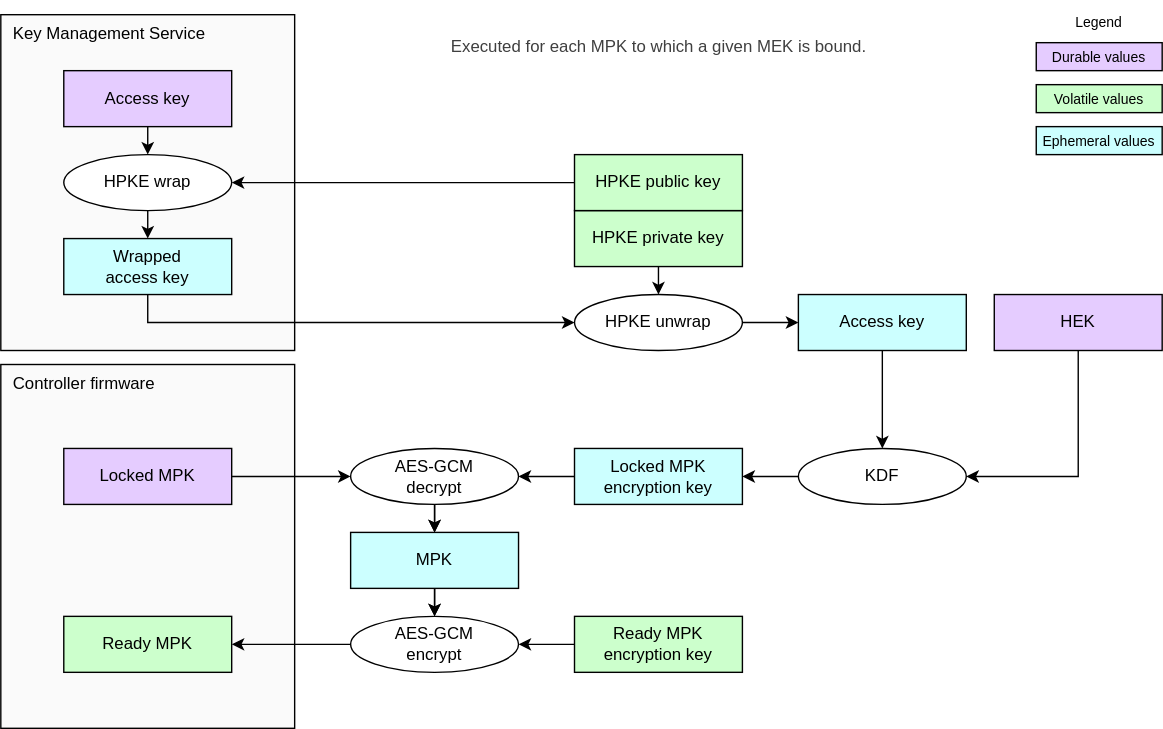
Earlier version of the draw.io export doc/ocp_lock/diagrams/mpk_ready.drawio.svg (chipsalliance/Caliptra). Source tidied: cells renumbered, new cells last; positions are measured from the earlier drawing's top-left corner, leaving out a move shared by most shapes.
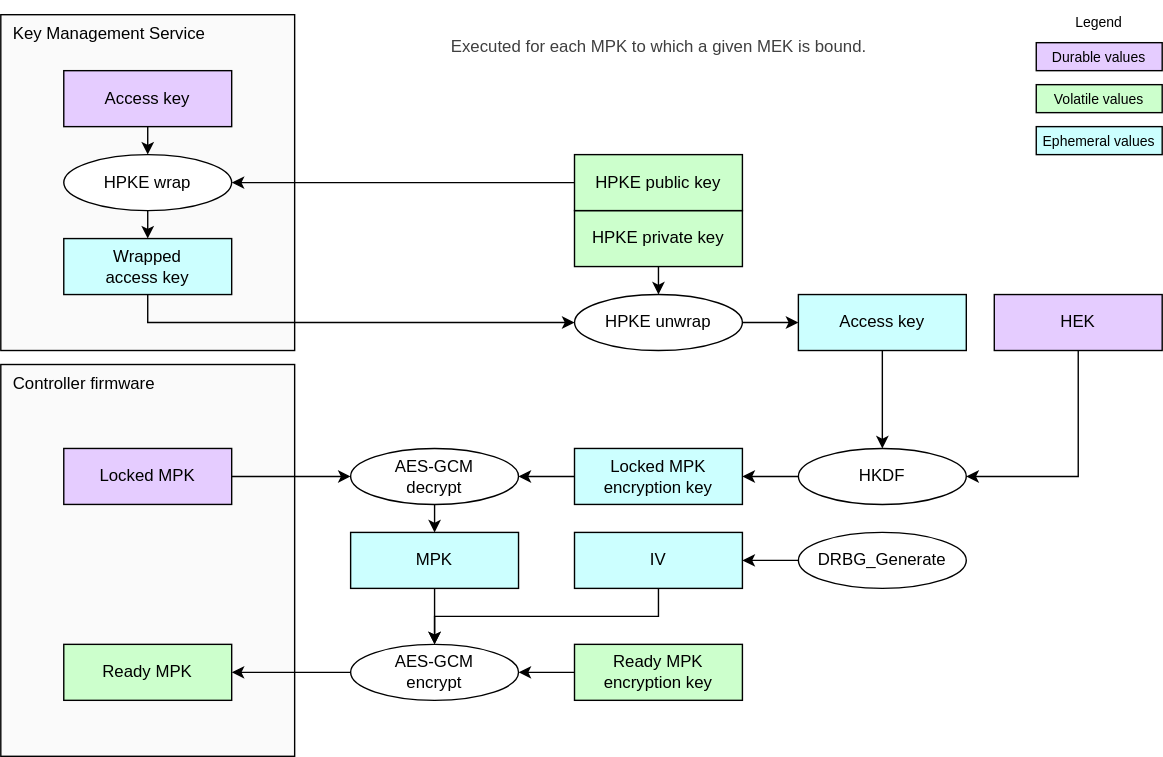
Above is the later version.

Diff of the diagram source:
```diff
@@ -3,7 +3,7 @@
     <mxCell id="0" />
     <mxCell id="1" parent="0" />
     <mxCell id="2" value="Controller firmware" style="rounded=0;whiteSpace=wrap;html=1;fillColor=#FAFAFA;strokeColor=#000000;align=left;verticalAlign=top;spacingLeft=7;" parent="1" vertex="1">
-      <mxGeometry y="260" width="210" height="260" as="geometry" />
+      <mxGeometry y="260" width="210" height="280" as="geometry" />
     </mxCell>
     <mxCell id="3" value="Key Management Service" style="rounded=0;whiteSpace=wrap;html=1;fillColor=#FAFAFA;strokeColor=#000000;align=left;verticalAlign=top;spacingLeft=7;" parent="1" vertex="1">
       <mxGeometry y="10" width="210" height="240" as="geometry" />
@@ -12,7 +12,7 @@
       <mxGeometry x="45" y="320" width="120" height="40" as="geometry" />
     </mxCell>
     <mxCell id="5" value="&lt;div&gt;&lt;font color=&quot;#000000&quot;&gt;Ready MPK&lt;/font&gt;&lt;/div&gt;" style="rounded=0;whiteSpace=wrap;html=1;align=center;verticalAlign=middle;shadow=0;glass=0;spacingLeft=0;spacingBottom=0;spacingTop=0;fillColor=#CCFFCC;" parent="1" vertex="1">
-      <mxGeometry x="45" y="440" width="120" height="40" as="geometry" />
+      <mxGeometry x="45" y="460" width="120" height="40" as="geometry" />
     </mxCell>
     <mxCell id="6" value="&lt;div&gt;&lt;font color=&quot;#000000&quot;&gt;HEK&lt;/font&gt;&lt;/div&gt;" style="rounded=0;whiteSpace=wrap;html=1;align=center;verticalAlign=middle;shadow=0;glass=0;spacingLeft=0;spacingBottom=0;spacingTop=0;fillColor=#E5CCFF;" parent="1" vertex="1">
       <mxGeometry x="710" y="210" width="120" height="40" as="geometry" />
@@ -23,7 +23,7 @@
     <mxCell id="8" value="&lt;div&gt;&lt;font color=&quot;#000000&quot;&gt;Access key&lt;/font&gt;&lt;/div&gt;" style="rounded=0;whiteSpace=wrap;html=1;align=center;verticalAlign=middle;shadow=0;glass=0;spacingLeft=0;spacingBottom=0;spacingTop=0;fillColor=#CCFFFF;" parent="1" vertex="1">
       <mxGeometry x="570" y="210" width="120" height="40" as="geometry" />
     </mxCell>
-    <mxCell id="9" value="KDF" style="ellipse;whiteSpace=wrap;html=1;fillColor=#FFFFFF;" parent="1" vertex="1">
+    <mxCell id="9" value="HKDF" style="ellipse;whiteSpace=wrap;html=1;fillColor=#FFFFFF;" parent="1" vertex="1">
       <mxGeometry x="570" y="320" width="120" height="40" as="geometry" />
     </mxCell>
     <mxCell id="10" style="edgeStyle=none;html=1;" parent="1" edge="1" source="11" target="22">
@@ -33,17 +33,14 @@
       <mxGeometry x="250" y="320" width="120" height="40" as="geometry" />
     </mxCell>
     <mxCell id="12" value="&lt;div&gt;&lt;font color=&quot;#000000&quot;&gt;Ready MPK encryption key&lt;/font&gt;&lt;/div&gt;" style="rounded=0;whiteSpace=wrap;html=1;align=center;verticalAlign=middle;shadow=0;glass=0;spacingLeft=0;spacingBottom=0;spacingTop=0;fillColor=#CCFFCC;" parent="1" vertex="1">
-      <mxGeometry x="410" y="440" width="120" height="40" as="geometry" />
+      <mxGeometry x="410" y="460" width="120" height="40" as="geometry" />
     </mxCell>
     <mxCell id="13" value="AES-GCM&lt;div&gt;encrypt&lt;/div&gt;" style="ellipse;whiteSpace=wrap;html=1;fillColor=#FFFFFF;" parent="1" vertex="1">
-      <mxGeometry x="250" y="440" width="120" height="40" as="geometry" />
+      <mxGeometry x="250" y="460" width="120" height="40" as="geometry" />
     </mxCell>
     <mxCell id="14" style="endArrow=classic;html=1;exitX=1;exitY=0.5;exitDx=0;exitDy=0;entryX=0;entryY=0.5;entryDx=0;entryDy=0;endSize=6;startSize=6;" parent="1" edge="1" source="4" target="11">
       <mxGeometry relative="1" as="geometry" />
     </mxCell>
-    <mxCell id="15" style="endArrow=classic;html=1;exitX=0.5;exitY=1;exitDx=0;exitDy=0;entryX=0.5;entryY=0;entryDx=0;entryDy=0;" parent="1" edge="1" source="22" target="13">
-      <mxGeometry relative="1" as="geometry" />
-    </mxCell>
     <mxCell id="16" style="endArrow=classic;html=1;exitX=0;exitY=0.5;exitDx=0;exitDy=0;entryX=1;entryY=0.5;entryDx=0;entryDy=0;endSize=6;startSize=6;" parent="1" edge="1" source="7" target="11">
       <mxGeometry relative="1" as="geometry" />
     </mxCell>
@@ -59,15 +56,9 @@
     <mxCell id="20" style="endArrow=classic;html=1;exitX=0;exitY=0.5;exitDx=0;exitDy=0;entryX=1;entryY=0.5;entryDx=0;entryDy=0;endSize=6;startSize=6;" parent="1" edge="1" source="13" target="5">
       <mxGeometry relative="1" as="geometry" />
     </mxCell>
-    <mxCell id="21" style="edgeStyle=none;html=1;endSize=6;startSize=6;" parent="1" edge="1" source="22" target="13">
-      <mxGeometry relative="1" as="geometry" />
-    </mxCell>
     <mxCell id="22" value="&lt;div&gt;&lt;font color=&quot;#000000&quot;&gt;MPK&lt;/font&gt;&lt;/div&gt;" style="rounded=0;whiteSpace=wrap;html=1;align=center;verticalAlign=middle;shadow=0;glass=0;spacingLeft=0;spacingBottom=0;spacingTop=0;fillColor=#CCFFFF;" parent="1" vertex="1">
       <mxGeometry x="250" y="380" width="120" height="40" as="geometry" />
     </mxCell>
-    <mxCell id="23" style="endArrow=classic;html=1;exitX=0.5;exitY=1;exitDx=0;exitDy=0;entryX=0.5;entryY=0;entryDx=0;entryDy=0;endSize=6;startSize=6;" parent="1" edge="1" source="11" target="22">
-      <mxGeometry relative="1" as="geometry" />
-    </mxCell>
     <mxCell id="24" style="edgeStyle=segmentEdgeStyle;endArrow=classic;html=1;curved=0;rounded=0;endSize=6;startSize=6;entryX=1;entryY=0.5;entryDx=0;entryDy=0;exitX=0.5;exitY=1;exitDx=0;exitDy=0;" parent="1" edge="1" source="6" target="9">
       <mxGeometry relative="1" as="geometry">
         <Array as="points">
@@ -135,5 +126,20 @@
     <mxCell id="41" style="endArrow=classic;html=1;exitX=0.5;exitY=1;exitDx=0;exitDy=0;endSize=6;startSize=6;entryX=0.5;entryY=0;entryDx=0;entryDy=0;" parent="1" edge="1" source="25" target="26">
       <mxGeometry relative="1" as="geometry" />
     </mxCell>
+    <mxCell id="42" value="&lt;div&gt;&lt;font color=&quot;#000000&quot;&gt;IV&lt;/font&gt;&lt;/div&gt;" style="rounded=0;whiteSpace=wrap;html=1;align=center;verticalAlign=middle;shadow=0;glass=0;spacingLeft=0;spacingBottom=0;spacingTop=0;fillColor=#CCFFFF;" parent="1" vertex="1">
+      <mxGeometry x="410" y="380" width="120" height="40" as="geometry" />
+    </mxCell>
+    <mxCell id="43" value="DRBG_Generate" style="ellipse;whiteSpace=wrap;html=1;fillColor=#FFFFFF;" parent="1" vertex="1">
+      <mxGeometry x="570" y="380" width="120" height="40" as="geometry" />
+    </mxCell>
+    <mxCell id="44" style="endArrow=classic;html=1;exitX=0;exitY=0.5;exitDx=0;exitDy=0;entryX=1;entryY=0.5;entryDx=0;entryDy=0;endSize=6;startSize=6;" parent="1" edge="1" source="43" target="42">
+      <mxGeometry relative="1" as="geometry" />
+    </mxCell>
+    <mxCell id="45" style="edgeStyle=orthogonalEdgeStyle;endArrow=classic;html=1;rounded=0;endSize=6;startSize=6;entryX=0.5;entryY=0;entryDx=0;entryDy=0;exitX=0.5;exitY=1;exitDx=0;exitDy=0;" parent="1" edge="1" source="42" target="13">
+      <mxGeometry relative="1" as="geometry" />
+    </mxCell>
+    <mxCell id="46" style="edgeStyle=none;html=1;exitX=0.5;exitY=1;exitDx=0;exitDy=0;entryX=0.5;entryY=0;entryDx=0;entryDy=0;" parent="1" edge="1" source="22" target="13">
+      <mxGeometry relative="1" as="geometry" />
+    </mxCell>
   </root>
 </mxGraphModel>
```
